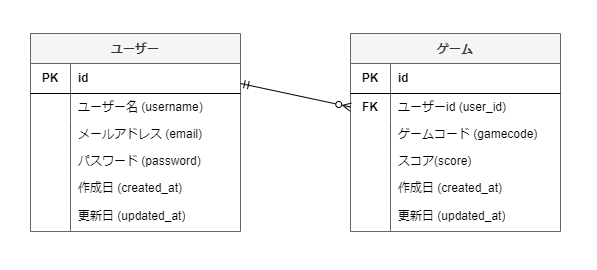
kuronuko96GitH/testphp keeps this draw.io diagram as assets/img/er_phpgames.png. Above is the earlier version. Source tidied: cells renumbered, new cells last; positions are measured from the earlier drawing's top-left corner, leaving out a move shared by most shapes.
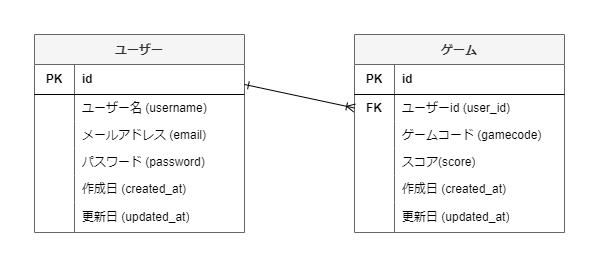
Later version of the same file.

Change to the diagram source:
```diff
@@ -116,7 +116,7 @@
     <mxCell id="39" value="更新日 (updated_at)" style="shape=partialRectangle;html=1;whiteSpace=wrap;fillColor=none;top=0;left=0;bottom=0;right=0;align=left;spacingLeft=6;overflow=hidden;" parent="37" vertex="1">
       <mxGeometry x="40" width="170" height="30" as="geometry" />
     </mxCell>
-    <mxCell id="40" style="endArrow=ERzeroToMany;html=1;rounded=0;entryX=0;entryY=0.5;entryDx=0;entryDy=0;strokeColor=default;startArrow=ERmandOne;startFill=0;endFill=0;" parent="1" edge="1" target="25">
+    <mxCell id="40" style="endArrow=ERoneToMany;html=1;rounded=0;entryX=0;entryY=0.5;entryDx=0;entryDy=0;strokeColor=default;startArrow=ERone;startFill=0;endFill=0;" parent="1" edge="1" target="25">
       <mxGeometry relative="1" as="geometry">
         <mxPoint x="210" y="50" as="sourcePoint" />
       </mxGeometry>
```
